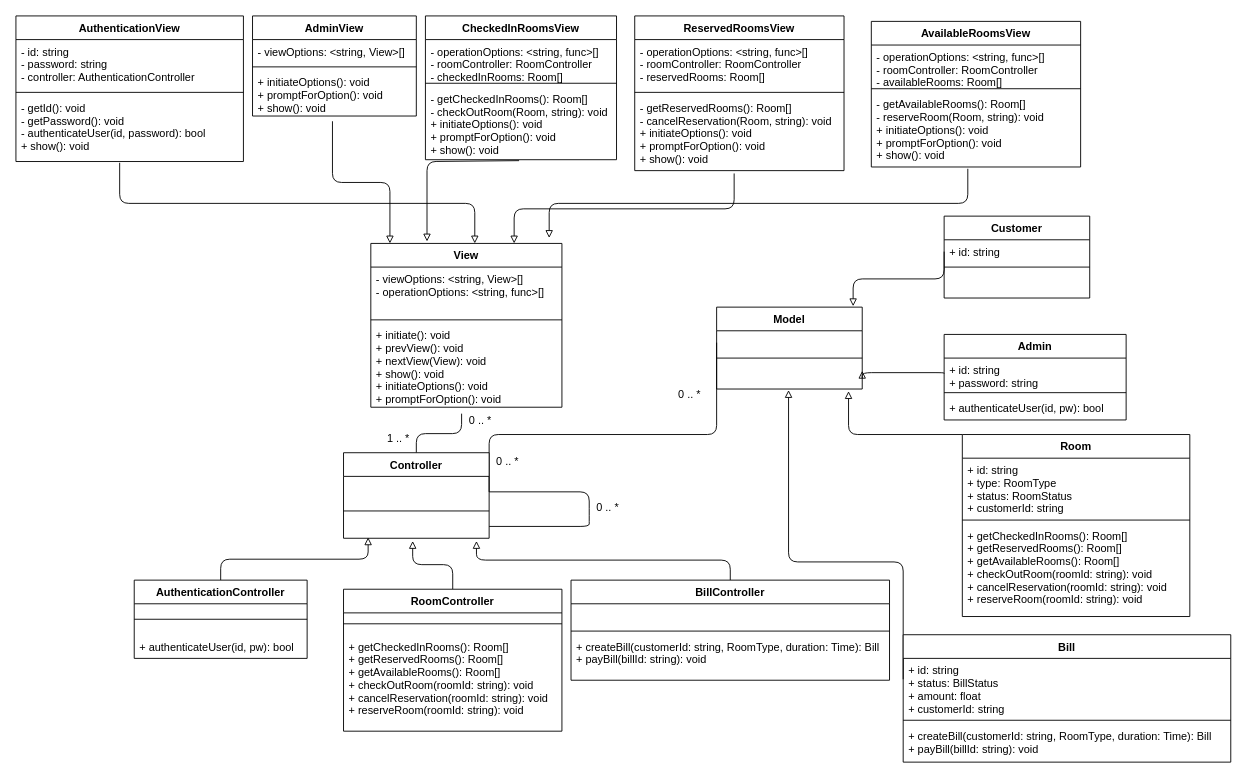
The draw.io diagram Diagrams/ClassDiagram/Class Diagram.drawio in mclhtay/CS4471, before the edit. Source tidied: cells renumbered, new cells numbered last; positions are measured from the earlier drawing's top-left corner, leaving out a move shared by most shapes. Both pictures are drawn from the tidied source at 91%, with x=0, y=0 at pixel (15, 15).
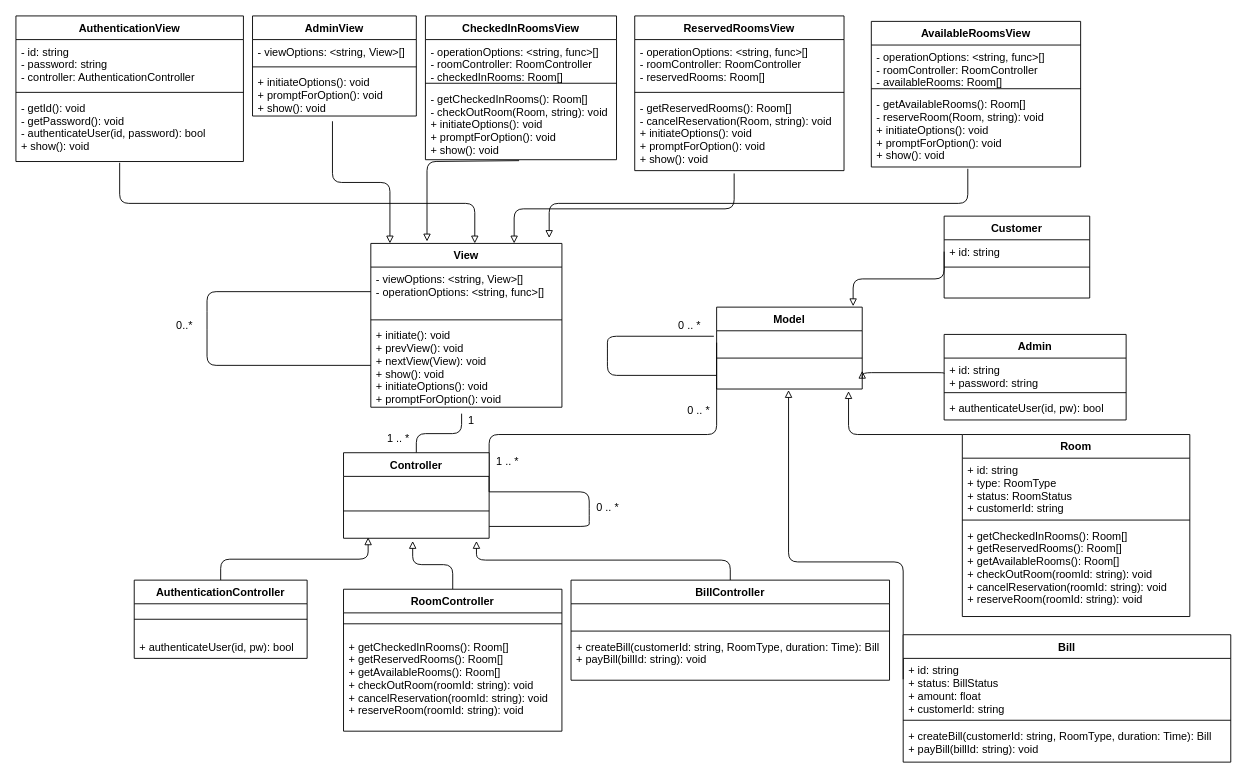
The same diagram, later.

Commit message:
change controller relationships in class diagram

Unchanged cells that the change refers to:
```xml
<mxCell id="21" value="View" style="swimlane;fontStyle=1;align=center;verticalAlign=top;horizontal=1;startSize=26;" parent="1" vertex="1">
  <mxGeometry x="390" y="250" width="210" height="180" as="geometry" />
</mxCell>
<mxCell id="22" value="- viewOptions: &lt;string, View&gt;[]&#10;- operationOptions: &lt;string, func&gt;[]" style="text;strokeColor=none;fillColor=none;align=left;verticalAlign=top;spacingLeft=4;spacingRight=4;overflow=hidden;points=[[0,0.5],[1,0.5]];portConstraint=eastwest;" parent="21" vertex="1">
  <mxGeometry y="26" width="210" height="54" as="geometry" />
</mxCell>
<mxCell id="24" value="+ initiate(): void&#10;+ prevView(): void&#10;+ nextView(View): void&#10;+ show(): void&#10;+ initiateOptions(): void&#10;+ promptForOption(): void" style="text;strokeColor=none;fillColor=none;align=left;verticalAlign=top;spacingLeft=4;spacingRight=4;overflow=hidden;points=[[0,0.5],[1,0.5]];portConstraint=eastwest;" parent="21" vertex="1">
  <mxGeometry y="88" width="210" height="92" as="geometry" />
</mxCell>
<mxCell id="41" value="Model" style="swimlane;fontStyle=1;align=center;verticalAlign=top;horizontal=1;startSize=26;" parent="1" vertex="1">
  <mxGeometry x="770" y="320" width="160" height="90" as="geometry" />
</mxCell>
<mxCell id="42" value=" &#10;" style="text;strokeColor=none;fillColor=none;align=left;verticalAlign=top;spacingLeft=4;spacingRight=4;overflow=hidden;points=[[0,0.5],[1,0.5]];portConstraint=eastwest;" parent="41" vertex="1">
  <mxGeometry y="26" width="160" height="26" as="geometry" />
</mxCell>
<mxCell id="44" value=" &#10;" style="text;strokeColor=none;fillColor=none;align=left;verticalAlign=top;spacingLeft=4;spacingRight=4;overflow=hidden;points=[[0,0.5],[1,0.5]];portConstraint=eastwest;" parent="41" vertex="1">
  <mxGeometry y="60" width="160" height="30" as="geometry" />
</mxCell>
```

What changed in the source:
```diff
@@
-    <mxCell id="12" value="0 .. *" style="text;html=1;align=center;verticalAlign=middle;" parent="1" vertex="1">
-      <mxGeometry x="490" y="435" width="40" height="20" as="geometry" />
+    <mxCell id="12" value="1" style="text;html=1;align=center;verticalAlign=middle;" parent="1" vertex="1">
+      <mxGeometry x="490" y="435" width="20" height="20" as="geometry" />
     </mxCell>
@@
     <mxCell id="18" value="0 .. *" style="text;html=1;align=center;verticalAlign=middle;" parent="1" vertex="1">
-      <mxGeometry x="720" y="406" width="40" height="20" as="geometry" />
+      <mxGeometry x="730" y="424" width="40" height="20" as="geometry" />
     </mxCell>
-    <mxCell id="19" value="0 .. *" style="text;html=1;align=center;verticalAlign=middle;" parent="1" vertex="1">
+    <mxCell id="19" value="1 .. *" style="text;html=1;align=center;verticalAlign=middle;" parent="1" vertex="1">
       <mxGeometry x="520" y="480" width="40" height="20" as="geometry" />
     </mxCell>
@@
+    <mxCell id="80" style="endArrow=none;html=1;entryX=0;entryY=0.5;entryDx=0;entryDy=0;exitX=0;exitY=0.5;exitDx=0;exitDy=0;" parent="21" edge="1" source="24" target="22">
+      <mxGeometry relative="1" as="geometry">
+        <Array as="points">
+          <mxPoint x="-180" y="134" />
+          <mxPoint x="-180" y="85" />
+          <mxPoint x="-180" y="53" />
+        </Array>
+      </mxGeometry>
+    </mxCell>
@@
+    <mxCell id="81" style="endArrow=none;html=1;entryX=-0.019;entryY=0.231;entryDx=0;entryDy=0;entryPerimeter=0;exitX=0;exitY=0.5;exitDx=0;exitDy=0;" parent="41" edge="1" source="44" target="42">
+      <mxGeometry relative="1" as="geometry">
+        <Array as="points">
+          <mxPoint x="-120" y="75" />
+          <mxPoint x="-120" y="55" />
+          <mxPoint x="-120" y="32" />
+        </Array>
+      </mxGeometry>
+    </mxCell>
@@
+    <mxCell id="82" value="0..*" style="text;html=1;align=center;verticalAlign=middle;" parent="1" vertex="1">
+      <mxGeometry x="170" y="330" width="30" height="20" as="geometry" />
+    </mxCell>
+    <mxCell id="83" value="0 .. *" style="text;html=1;align=center;verticalAlign=middle;" parent="1" vertex="1">
+      <mxGeometry x="720" y="330" width="40" height="20" as="geometry" />
+    </mxCell>
```
